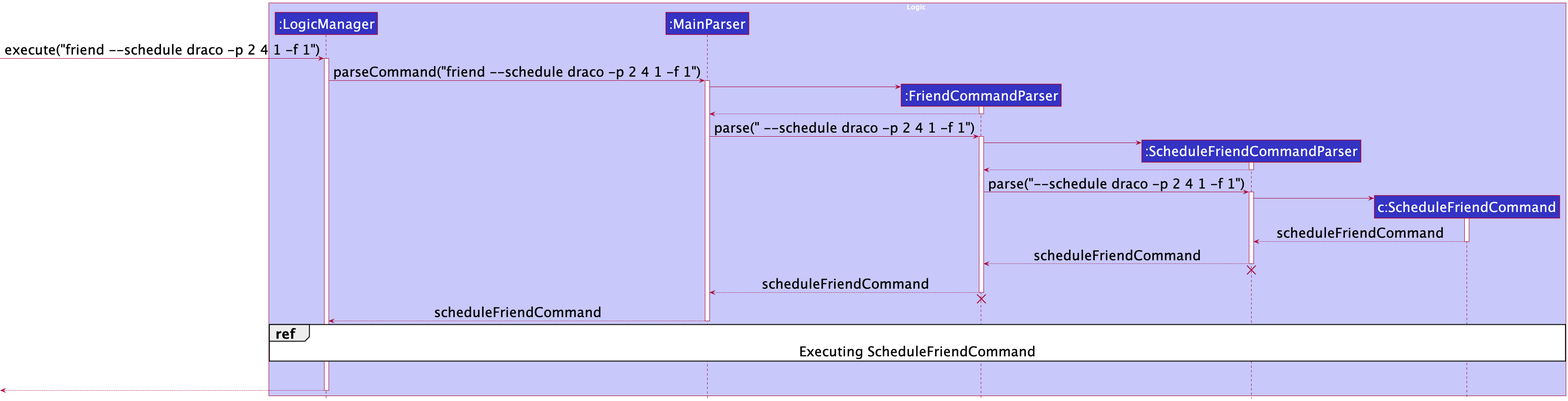
The PlantUML diagram docs/images/ScheduleSequenceDiagram1.png in nus-cs2103-AY2122S1/tp, before a commit. Source of this version:
```plantuml
@startuml
!include style.puml
skinparam defaultFontSize 30

box Logic LOGIC_COLOR_T1
participant ":LogicManager" as LogicManager LOGIC_COLOR
participant ":MainParser" as MainParser LOGIC_COLOR
participant ":FriendCommandParser" as FriendCommandParser LOGIC_COLOR
participant ":ScheduleFriendCommandParser" as ScheduleFriendCommandParser LOGIC_COLOR
participant "c:ScheduleFriendCommand" as ScheduleFriendCommand LOGIC_COLOR
end box

[-> LogicManager : execute("friend --schedule draco -p 2 4 1 -f 1")
activate LogicManager

LogicManager -> MainParser : parseCommand("friend --schedule draco -p 2 4 1 -f 1")
activate MainParser

create FriendCommandParser
MainParser -> FriendCommandParser
activate FriendCommandParser

FriendCommandParser --> MainParser
deactivate FriendCommandParser

MainParser -> FriendCommandParser : parse(" --schedule draco -p 2 4 1 -f 1")
activate FriendCommandParser

create ScheduleFriendCommandParser
FriendCommandParser -> ScheduleFriendCommandParser
activate ScheduleFriendCommandParser

ScheduleFriendCommandParser --> FriendCommandParser
deactivate ScheduleFriendCommandParser

FriendCommandParser -> ScheduleFriendCommandParser : parse("--schedule draco -p 2 4 1 -f 1")
activate ScheduleFriendCommandParser

create ScheduleFriendCommand
ScheduleFriendCommandParser -> ScheduleFriendCommand
activate ScheduleFriendCommand

ScheduleFriendCommand --> ScheduleFriendCommandParser : scheduleFriendCommand
deactivate ScheduleFriendCommand

ScheduleFriendCommandParser --> FriendCommandParser : scheduleFriendCommand
deactivate ScheduleFriendCommandParser
ScheduleFriendCommandParser -[hidden]-> FriendCommandParser
destroy ScheduleFriendCommandParser

FriendCommandParser --> MainParser : scheduleFriendCommand
deactivate FriendCommandParser
FriendCommandParser -[hidden]-> MainParser
destroy FriendCommandParser

MainParser --> LogicManager : scheduleFriendCommand
deactivate MainParser

ref over LogicManager, ScheduleFriendCommand: Executing ScheduleFriendCommand

LogicManager -[hidden]-> LogicManager
ScheduleFriendCommand -[hidden]-> ScheduleFriendCommand


[<--LogicManager
deactivate LogicManager

@enduml
```
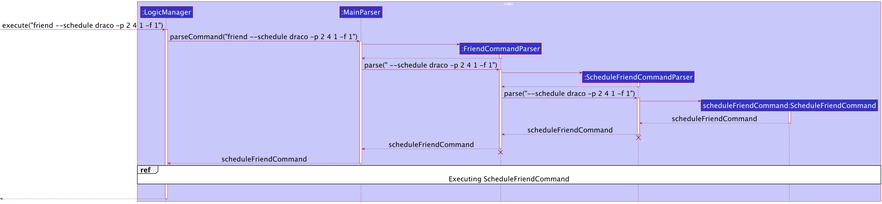
Later version of the same file.

What changed in the source:
```diff
@@ -7,7 +7,7 @@
 participant ":MainParser" as MainParser LOGIC_COLOR
 participant ":FriendCommandParser" as FriendCommandParser LOGIC_COLOR
 participant ":ScheduleFriendCommandParser" as ScheduleFriendCommandParser LOGIC_COLOR
-participant "c:ScheduleFriendCommand" as ScheduleFriendCommand LOGIC_COLOR
+participant "scheduleFriendCommand:ScheduleFriendCommand" as ScheduleFriendCommand LOGIC_COLOR
 end box
 
 [-> LogicManager : execute("friend --schedule draco -p 2 4 1 -f 1")
```
